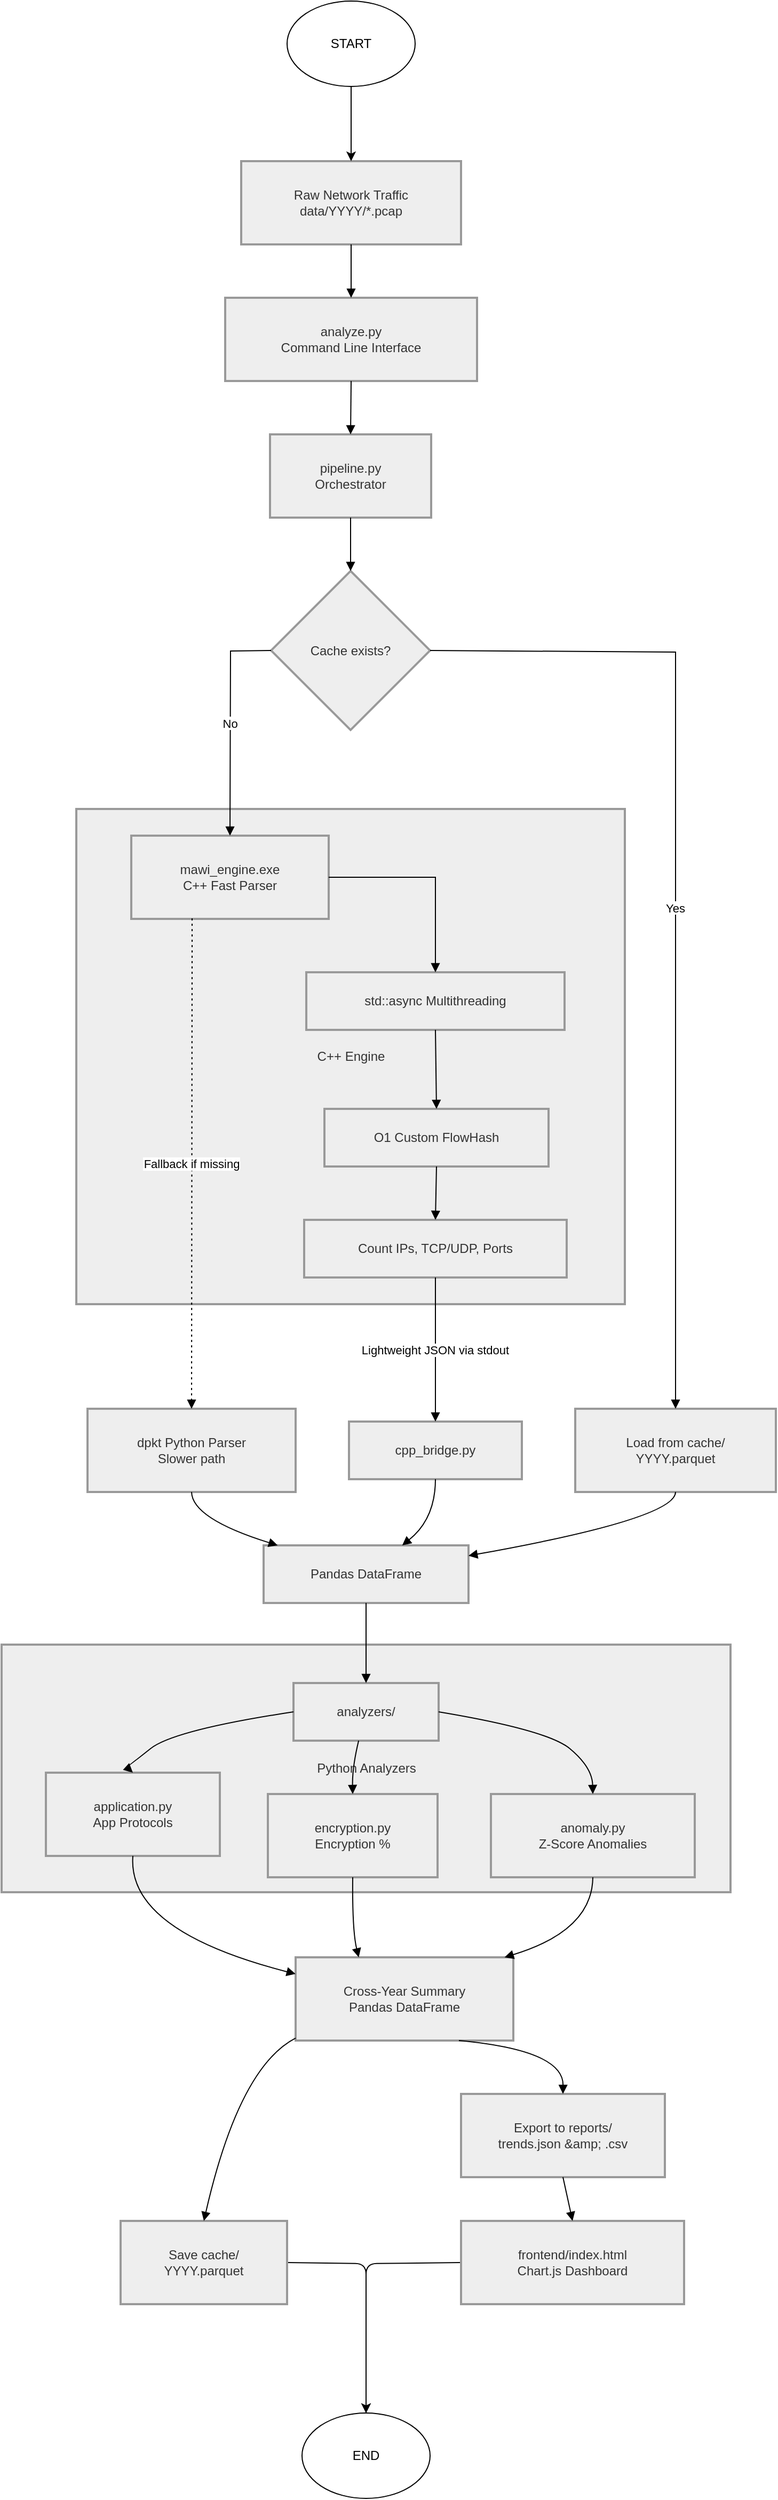
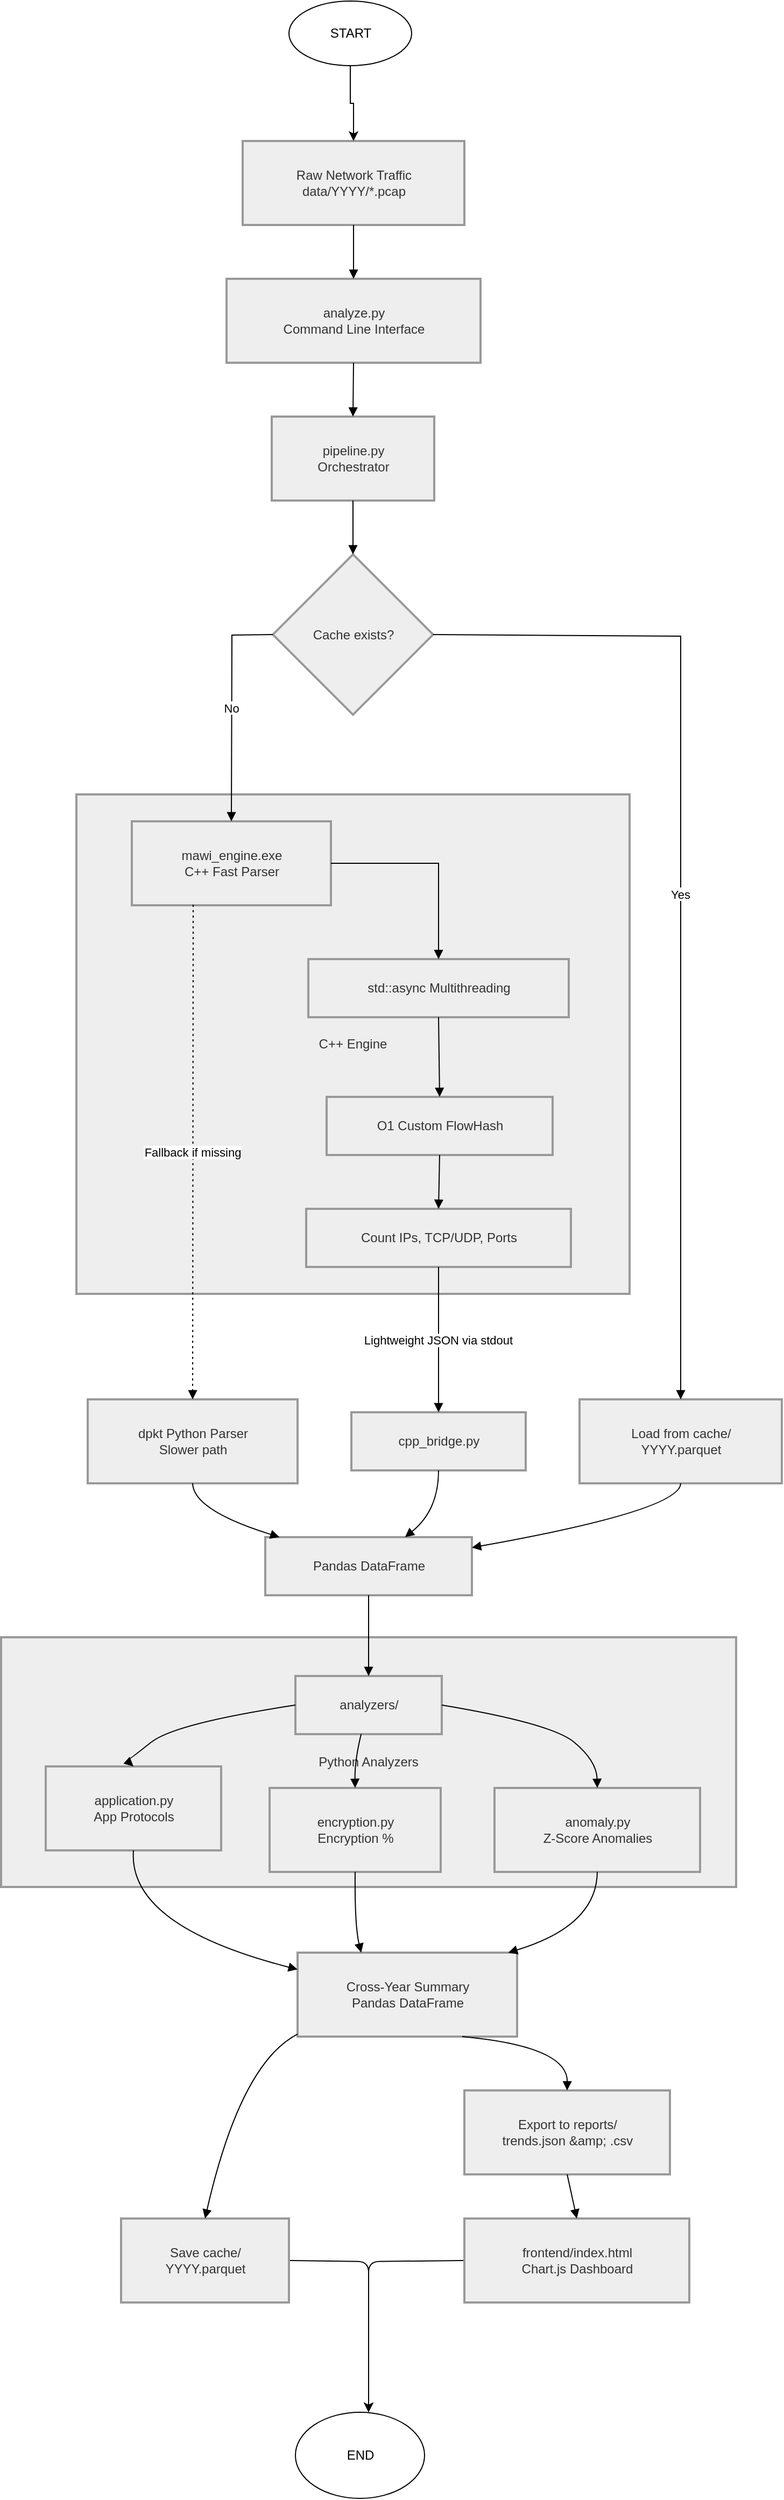
<mxfile host="65bd71144e">
    <diagram name="Page-1" id="Igj1FT2445wXJvi7QFNO">
-         <mxGraphModel dx="1199" dy="1935" grid="1" gridSize="10" guides="1" tooltips="1" connect="1" arrows="1" fold="1" page="1" pageScale="1" pageWidth="827" pageHeight="1169" math="0" shadow="0">
+         <mxGraphModel dx="760" dy="686" grid="1" gridSize="10" guides="1" tooltips="1" connect="1" arrows="1" fold="1" page="1" pageScale="1" pageWidth="827" pageHeight="1169" math="0" shadow="0">
            <root>
                <mxCell id="0"/>
                <mxCell id="1" parent="0"/>
                <mxCell id="ZNabXACmElyeaVa0wuxr-1" value="Python Analyzers" style="whiteSpace=wrap;strokeWidth=2;fillColor=light-dark(#eeeeee,#1f2020);strokeColor=light-dark(#999999,#cccccc);fontColor=light-dark(#333333,#cccccc);" parent="1" vertex="1">
-                     <mxGeometry x="18.5" y="1410" width="683" height="232" as="geometry"/>
+                     <mxGeometry x="51" y="1560" width="683" height="232" as="geometry"/>
                </mxCell>
                <mxCell id="ZNabXACmElyeaVa0wuxr-2" value="C++ Engine" style="whiteSpace=wrap;strokeWidth=2;fillColor=light-dark(#eeeeee,#1f2020);strokeColor=light-dark(#999999,#cccccc);fontColor=light-dark(#333333,#cccccc);" parent="1" vertex="1">
-                     <mxGeometry x="88.5" y="627" width="514" height="464" as="geometry"/>
+                     <mxGeometry x="121" y="777" width="514" height="464" as="geometry"/>
                </mxCell>
                <mxCell id="ZNabXACmElyeaVa0wuxr-3" value="Raw Network Traffic&#xa;data/YYYY/*.pcap" style="whiteSpace=wrap;strokeWidth=2;fillColor=light-dark(#eeeeee,#1f2020);strokeColor=light-dark(#999999,#cccccc);fontColor=light-dark(#333333,#cccccc);" parent="1" vertex="1">
-                     <mxGeometry x="243" y="20" width="206" height="78" as="geometry"/>
+                     <mxGeometry x="275.5" y="170" width="206" height="78" as="geometry"/>
                </mxCell>
                <mxCell id="ZNabXACmElyeaVa0wuxr-4" value="analyze.py&#xa;Command Line Interface" style="whiteSpace=wrap;strokeWidth=2;fillColor=light-dark(#eeeeee,#1f2020);strokeColor=light-dark(#999999,#cccccc);fontColor=light-dark(#333333,#cccccc);" parent="1" vertex="1">
-                     <mxGeometry x="228" y="148" width="236" height="78" as="geometry"/>
+                     <mxGeometry x="260.5" y="298" width="236" height="78" as="geometry"/>
                </mxCell>
                <mxCell id="ZNabXACmElyeaVa0wuxr-5" value="pipeline.py&#xa;Orchestrator" style="whiteSpace=wrap;strokeWidth=2;fillColor=light-dark(#eeeeee,#1f2020);strokeColor=light-dark(#999999,#cccccc);fontColor=light-dark(#333333,#cccccc);" parent="1" vertex="1">
-                     <mxGeometry x="270" y="276" width="151" height="78" as="geometry"/>
+                     <mxGeometry x="302.5" y="426" width="151" height="78" as="geometry"/>
                </mxCell>
                <mxCell id="ZNabXACmElyeaVa0wuxr-6" value="Cache exists?" style="rhombus;strokeWidth=2;whiteSpace=wrap;fillColor=light-dark(#eeeeee,#1f2020);strokeColor=light-dark(#999999,#cccccc);fontColor=light-dark(#333333,#cccccc);" parent="1" vertex="1">
-                     <mxGeometry x="271" y="404" width="149" height="149" as="geometry"/>
+                     <mxGeometry x="303.5" y="554" width="149" height="149" as="geometry"/>
                </mxCell>
                <mxCell id="ZNabXACmElyeaVa0wuxr-7" value="Load from cache/&#xa;YYYY.parquet" style="whiteSpace=wrap;strokeWidth=2;fillColor=light-dark(#eeeeee,#1f2020);strokeColor=light-dark(#999999,#cccccc);fontColor=light-dark(#333333,#cccccc);" parent="1" vertex="1">
-                     <mxGeometry x="556" y="1189" width="188" height="78" as="geometry"/>
+                     <mxGeometry x="588.5" y="1339" width="188" height="78" as="geometry"/>
                </mxCell>
                <mxCell id="ZNabXACmElyeaVa0wuxr-8" value="mawi_engine.exe&#xa;C++ Fast Parser" style="whiteSpace=wrap;strokeWidth=2;fillColor=light-dark(#eeeeee,#1f2020);strokeColor=light-dark(#999999,#cccccc);fontColor=light-dark(#333333,#cccccc);" parent="1" vertex="1">
-                     <mxGeometry x="140" y="652" width="185" height="78" as="geometry"/>
+                     <mxGeometry x="172.5" y="802" width="185" height="78" as="geometry"/>
                </mxCell>
                <mxCell id="ZNabXACmElyeaVa0wuxr-9" value="dpkt Python Parser&#xa;Slower path" style="whiteSpace=wrap;strokeWidth=2;fillColor=light-dark(#eeeeee,#1f2020);strokeColor=light-dark(#999999,#cccccc);fontColor=light-dark(#333333,#cccccc);" parent="1" vertex="1">
-                     <mxGeometry x="99" y="1189" width="195" height="78" as="geometry"/>
+                     <mxGeometry x="131.5" y="1339" width="195" height="78" as="geometry"/>
                </mxCell>
                <mxCell id="ZNabXACmElyeaVa0wuxr-10" value="std::async Multithreading" style="whiteSpace=wrap;strokeWidth=2;fillColor=light-dark(#eeeeee,#1f2020);strokeColor=light-dark(#999999,#cccccc);fontColor=light-dark(#333333,#cccccc);" parent="1" vertex="1">
-                     <mxGeometry x="304" y="780" width="242" height="54" as="geometry"/>
+                     <mxGeometry x="336.5" y="930" width="242" height="54" as="geometry"/>
                </mxCell>
                <mxCell id="ZNabXACmElyeaVa0wuxr-11" value="O1 Custom FlowHash" style="whiteSpace=wrap;strokeWidth=2;fillColor=light-dark(#eeeeee,#1f2020);strokeColor=light-dark(#999999,#cccccc);fontColor=light-dark(#333333,#cccccc);" parent="1" vertex="1">
-                     <mxGeometry x="321" y="908" width="210" height="54" as="geometry"/>
+                     <mxGeometry x="353.5" y="1058" width="210" height="54" as="geometry"/>
                </mxCell>
                <mxCell id="ZNabXACmElyeaVa0wuxr-12" value="Count IPs, TCP/UDP, Ports" style="whiteSpace=wrap;strokeWidth=2;fillColor=light-dark(#eeeeee,#1f2020);strokeColor=light-dark(#999999,#cccccc);fontColor=light-dark(#333333,#cccccc);" parent="1" vertex="1">
-                     <mxGeometry x="302" y="1012" width="246" height="54" as="geometry"/>
+                     <mxGeometry x="334.5" y="1162" width="246" height="54" as="geometry"/>
                </mxCell>
                <mxCell id="ZNabXACmElyeaVa0wuxr-13" value="cpp_bridge.py" style="whiteSpace=wrap;strokeWidth=2;fillColor=light-dark(#eeeeee,#1f2020);strokeColor=light-dark(#999999,#cccccc);fontColor=light-dark(#333333,#cccccc);" parent="1" vertex="1">
-                     <mxGeometry x="344" y="1201" width="162" height="54" as="geometry"/>
+                     <mxGeometry x="376.5" y="1351" width="162" height="54" as="geometry"/>
                </mxCell>
                <mxCell id="ZNabXACmElyeaVa0wuxr-14" value="Pandas DataFrame" style="whiteSpace=wrap;strokeWidth=2;fillColor=light-dark(#eeeeee,#1f2020);strokeColor=light-dark(#999999,#cccccc);fontColor=light-dark(#333333,#cccccc);" parent="1" vertex="1">
-                     <mxGeometry x="264" y="1317" width="192" height="54" as="geometry"/>
+                     <mxGeometry x="296.5" y="1467" width="192" height="54" as="geometry"/>
                </mxCell>
                <mxCell id="ZNabXACmElyeaVa0wuxr-15" value="analyzers/" style="whiteSpace=wrap;strokeWidth=2;fillColor=light-dark(#eeeeee,#1f2020);strokeColor=light-dark(#999999,#cccccc);fontColor=light-dark(#333333,#cccccc);" parent="1" vertex="1">
-                     <mxGeometry x="292" y="1446" width="136" height="54" as="geometry"/>
+                     <mxGeometry x="324.5" y="1596" width="136" height="54" as="geometry"/>
                </mxCell>
                <mxCell id="ZNabXACmElyeaVa0wuxr-16" value="application.py&#xa;App Protocols" style="whiteSpace=wrap;strokeWidth=2;fillColor=light-dark(#eeeeee,#1f2020);strokeColor=light-dark(#999999,#cccccc);fontColor=light-dark(#333333,#cccccc);" parent="1" vertex="1">
-                     <mxGeometry x="60" y="1530" width="163" height="78" as="geometry"/>
+                     <mxGeometry x="92.5" y="1680" width="163" height="78" as="geometry"/>
                </mxCell>
                <mxCell id="ZNabXACmElyeaVa0wuxr-17" value="encryption.py&#xa;Encryption %" style="whiteSpace=wrap;strokeWidth=2;fillColor=light-dark(#eeeeee,#1f2020);strokeColor=light-dark(#999999,#cccccc);fontColor=light-dark(#333333,#cccccc);" parent="1" vertex="1">
-                     <mxGeometry x="268" y="1550" width="159" height="78" as="geometry"/>
+                     <mxGeometry x="300.5" y="1700" width="159" height="78" as="geometry"/>
                </mxCell>
                <mxCell id="ZNabXACmElyeaVa0wuxr-18" value="anomaly.py&#xa;Z-Score Anomalies" style="whiteSpace=wrap;strokeWidth=2;fillColor=light-dark(#eeeeee,#1f2020);strokeColor=light-dark(#999999,#cccccc);fontColor=light-dark(#333333,#cccccc);" parent="1" vertex="1">
-                     <mxGeometry x="477" y="1550" width="191" height="78" as="geometry"/>
+                     <mxGeometry x="509.5" y="1700" width="191" height="78" as="geometry"/>
                </mxCell>
                <mxCell id="ZNabXACmElyeaVa0wuxr-19" value="Cross-Year Summary&#xa;Pandas DataFrame" style="whiteSpace=wrap;strokeWidth=2;fillColor=light-dark(#eeeeee,#1f2020);strokeColor=light-dark(#999999,#cccccc);fontColor=light-dark(#333333,#cccccc);" parent="1" vertex="1">
-                     <mxGeometry x="294" y="1703" width="204" height="78" as="geometry"/>
-                 </mxCell>
-                 <mxCell id="3" style="edgeStyle=none;html=1;exitX=1;exitY=0.5;exitDx=0;exitDy=0;entryX=0.5;entryY=0;entryDx=0;entryDy=0;" edge="1" parent="1" source="ZNabXACmElyeaVa0wuxr-20" target="2">
-                     <mxGeometry relative="1" as="geometry">
-                         <mxPoint x="220" y="2100" as="targetPoint"/>
-                         <Array as="points">
-                             <mxPoint x="360" y="1990"/>
+                     <mxGeometry x="326.5" y="1853" width="204" height="78" as="geometry"/>
+                 </mxCell>
+                 <mxCell id="3" style="edgeStyle=none;html=1;exitX=1;exitY=0.5;exitDx=0;exitDy=0;entryX=0.5;entryY=0;entryDx=0;entryDy=0;" parent="1" source="ZNabXACmElyeaVa0wuxr-20" edge="1">
+                     <mxGeometry relative="1" as="geometry">
+                         <mxPoint x="392.5" y="2280" as="targetPoint"/>
+                         <Array as="points">
+                             <mxPoint x="392.5" y="2140"/>
                        </Array>
                    </mxGeometry>
                </mxCell>
                <mxCell id="ZNabXACmElyeaVa0wuxr-20" value="Save cache/&#xa;YYYY.parquet" style="whiteSpace=wrap;strokeWidth=2;fillColor=light-dark(#eeeeee,#1f2020);strokeColor=light-dark(#999999,#cccccc);fontColor=light-dark(#333333,#cccccc);" parent="1" vertex="1">
-                     <mxGeometry x="130" y="1950" width="156" height="78" as="geometry"/>
+                     <mxGeometry x="162.5" y="2100" width="156" height="78" as="geometry"/>
                </mxCell>
                <mxCell id="ZNabXACmElyeaVa0wuxr-21" value="Export to reports/&#xa;trends.json &amp;amp; .csv" style="whiteSpace=wrap;strokeWidth=2;fillColor=light-dark(#eeeeee,#1f2020);strokeColor=light-dark(#999999,#cccccc);fontColor=light-dark(#333333,#cccccc);" parent="1" vertex="1">
-                     <mxGeometry x="449" y="1831" width="191" height="78" as="geometry"/>
-                 </mxCell>
-                 <mxCell id="4" style="edgeStyle=none;html=1;exitX=0;exitY=0.5;exitDx=0;exitDy=0;entryX=0.5;entryY=0;entryDx=0;entryDy=0;" edge="1" parent="1" source="ZNabXACmElyeaVa0wuxr-22" target="2">
-                     <mxGeometry relative="1" as="geometry">
-                         <mxPoint x="370" y="2130" as="targetPoint"/>
-                         <Array as="points">
-                             <mxPoint x="360" y="1990"/>
+                     <mxGeometry x="481.5" y="1981" width="191" height="78" as="geometry"/>
+                 </mxCell>
+                 <mxCell id="4" style="edgeStyle=none;html=1;exitX=0;exitY=0.5;exitDx=0;exitDy=0;entryX=0.5;entryY=0;entryDx=0;entryDy=0;" parent="1" source="ZNabXACmElyeaVa0wuxr-22" edge="1">
+                     <mxGeometry relative="1" as="geometry">
+                         <mxPoint x="392.5" y="2280" as="targetPoint"/>
+                         <Array as="points">
+                             <mxPoint x="392.5" y="2140"/>
                        </Array>
                    </mxGeometry>
                </mxCell>
                <mxCell id="ZNabXACmElyeaVa0wuxr-22" value="frontend/index.html&#xa;Chart.js Dashboard" style="whiteSpace=wrap;strokeWidth=2;fillColor=light-dark(#eeeeee,#1f2020);strokeColor=light-dark(#999999,#cccccc);fontColor=light-dark(#333333,#cccccc);" parent="1" vertex="1">
-                     <mxGeometry x="449" y="1950" width="209" height="78" as="geometry"/>
+                     <mxGeometry x="481.5" y="2100" width="209" height="78" as="geometry"/>
                </mxCell>
                <mxCell id="ZNabXACmElyeaVa0wuxr-23" value="" style="curved=1;startArrow=none;endArrow=block;exitX=0.5;exitY=1;entryX=0.5;entryY=0;rounded=0;" parent="1" source="ZNabXACmElyeaVa0wuxr-3" target="ZNabXACmElyeaVa0wuxr-4" edge="1">
                    <mxGeometry relative="1" as="geometry">
                        <Array as="points"/>
                    </mxGeometry>
                </mxCell>
                <mxCell id="ZNabXACmElyeaVa0wuxr-24" value="" style="curved=1;startArrow=none;endArrow=block;exitX=0.5;exitY=1;entryX=0.5;entryY=0;rounded=0;" parent="1" source="ZNabXACmElyeaVa0wuxr-4" target="ZNabXACmElyeaVa0wuxr-5" edge="1">
                    <mxGeometry relative="1" as="geometry">
                        <Array as="points"/>
                    </mxGeometry>
                </mxCell>
                <mxCell id="ZNabXACmElyeaVa0wuxr-25" value="" style="curved=1;startArrow=none;endArrow=block;exitX=0.5;exitY=1;entryX=0.5;entryY=0;rounded=0;" parent="1" source="ZNabXACmElyeaVa0wuxr-5" target="ZNabXACmElyeaVa0wuxr-6" edge="1">
                    <mxGeometry relative="1" as="geometry">
                        <Array as="points"/>
                    </mxGeometry>
                </mxCell>
                <mxCell id="ZNabXACmElyeaVa0wuxr-26" value="Yes" style="curved=0;startArrow=none;endArrow=block;exitX=1;exitY=0.5;entryX=0.5;entryY=0;rounded=0;exitDx=0;exitDy=0;" parent="1" source="ZNabXACmElyeaVa0wuxr-6" target="ZNabXACmElyeaVa0wuxr-7" edge="1">
                    <mxGeometry relative="1" as="geometry">
                        <Array as="points">
-                             <mxPoint x="650" y="480"/>
+                             <mxPoint x="682.5" y="630"/>
                        </Array>
                    </mxGeometry>
                </mxCell>
                <mxCell id="ZNabXACmElyeaVa0wuxr-27" value="No" style="curved=0;startArrow=none;endArrow=block;exitX=0;exitY=0.5;entryX=0.5;entryY=0;rounded=0;exitDx=0;exitDy=0;" parent="1" source="ZNabXACmElyeaVa0wuxr-6" target="ZNabXACmElyeaVa0wuxr-8" edge="1">
                    <mxGeometry relative="1" as="geometry">
                        <Array as="points">
-                             <mxPoint x="233" y="479"/>
+                             <mxPoint x="265.5" y="629"/>
                        </Array>
                    </mxGeometry>
                </mxCell>
                <mxCell id="ZNabXACmElyeaVa0wuxr-28" value="Fallback if missing" style="curved=0;dashed=1;dashPattern=2 3;startArrow=none;endArrow=block;exitX=0.308;exitY=0.994;entryX=0.5;entryY=0;rounded=0;exitDx=0;exitDy=0;exitPerimeter=0;" parent="1" source="ZNabXACmElyeaVa0wuxr-8" target="ZNabXACmElyeaVa0wuxr-9" edge="1">
                    <mxGeometry relative="1" as="geometry">
                        <Array as="points">
-                             <mxPoint x="197" y="755"/>
+                             <mxPoint x="229.5" y="905"/>
                        </Array>
                    </mxGeometry>
                </mxCell>
                <mxCell id="ZNabXACmElyeaVa0wuxr-29" value="" style="curved=0;startArrow=none;endArrow=block;exitX=1;exitY=0.5;entryX=0.5;entryY=-0.01;rounded=0;exitDx=0;exitDy=0;" parent="1" source="ZNabXACmElyeaVa0wuxr-8" target="ZNabXACmElyeaVa0wuxr-10" edge="1">
                    <mxGeometry relative="1" as="geometry">
                        <Array as="points">
-                             <mxPoint x="425" y="691"/>
-                             <mxPoint x="425" y="755"/>
+                             <mxPoint x="457.5" y="841"/>
+                             <mxPoint x="457.5" y="905"/>
                        </Array>
                    </mxGeometry>
                </mxCell>
                <mxCell id="ZNabXACmElyeaVa0wuxr-30" value="" style="curved=1;startArrow=none;endArrow=block;exitX=0.5;exitY=0.99;entryX=0.5;entryY=-0.01;rounded=0;" parent="1" source="ZNabXACmElyeaVa0wuxr-10" target="ZNabXACmElyeaVa0wuxr-11" edge="1">
                    <mxGeometry relative="1" as="geometry">
                        <Array as="points"/>
                    </mxGeometry>
                </mxCell>
                <mxCell id="ZNabXACmElyeaVa0wuxr-31" value="" style="curved=1;startArrow=none;endArrow=block;exitX=0.5;exitY=0.99;entryX=0.5;entryY=-0.01;rounded=0;" parent="1" source="ZNabXACmElyeaVa0wuxr-11" target="ZNabXACmElyeaVa0wuxr-12" edge="1">
                    <mxGeometry relative="1" as="geometry">
                        <Array as="points"/>
                    </mxGeometry>
                </mxCell>
                <mxCell id="ZNabXACmElyeaVa0wuxr-32" value="Lightweight JSON via stdout" style="curved=1;startArrow=none;endArrow=block;exitX=0.5;exitY=0.99;entryX=0.5;entryY=-0.01;rounded=0;" parent="1" source="ZNabXACmElyeaVa0wuxr-12" target="ZNabXACmElyeaVa0wuxr-13" edge="1">
                    <mxGeometry relative="1" as="geometry">
                        <Array as="points"/>
                    </mxGeometry>
                </mxCell>
                <mxCell id="ZNabXACmElyeaVa0wuxr-33" value="" style="curved=1;startArrow=none;endArrow=block;exitX=0.5;exitY=1;entryX=0.06;entryY=-0.01;rounded=0;" parent="1" source="ZNabXACmElyeaVa0wuxr-9" target="ZNabXACmElyeaVa0wuxr-14" edge="1">
                    <mxGeometry relative="1" as="geometry">
                        <Array as="points">
-                             <mxPoint x="197" y="1292"/>
+                             <mxPoint x="229.5" y="1442"/>
                        </Array>
                    </mxGeometry>
                </mxCell>
                <mxCell id="ZNabXACmElyeaVa0wuxr-34" value="" style="curved=1;startArrow=none;endArrow=block;exitX=0.5;exitY=0.99;entryX=0.68;entryY=-0.01;rounded=0;" parent="1" source="ZNabXACmElyeaVa0wuxr-13" target="ZNabXACmElyeaVa0wuxr-14" edge="1">
                    <mxGeometry relative="1" as="geometry">
                        <Array as="points">
-                             <mxPoint x="425" y="1292"/>
+                             <mxPoint x="457.5" y="1442"/>
                        </Array>
                    </mxGeometry>
                </mxCell>
                <mxCell id="ZNabXACmElyeaVa0wuxr-35" value="" style="curved=1;startArrow=none;endArrow=block;exitX=0.5;exitY=1;entryX=1;entryY=0.18;rounded=0;" parent="1" source="ZNabXACmElyeaVa0wuxr-7" target="ZNabXACmElyeaVa0wuxr-14" edge="1">
                    <mxGeometry relative="1" as="geometry">
                        <Array as="points">
-                             <mxPoint x="650" y="1292"/>
+                             <mxPoint x="682.5" y="1442"/>
                        </Array>
                    </mxGeometry>
                </mxCell>
                <mxCell id="ZNabXACmElyeaVa0wuxr-36" value="" style="curved=1;startArrow=none;endArrow=block;exitX=0.5;exitY=0.99;entryX=0.5;entryY=-0.01;rounded=0;" parent="1" source="ZNabXACmElyeaVa0wuxr-14" target="ZNabXACmElyeaVa0wuxr-15" edge="1">
                    <mxGeometry relative="1" as="geometry">
                        <Array as="points"/>
                    </mxGeometry>
                </mxCell>
                <mxCell id="ZNabXACmElyeaVa0wuxr-37" value="" style="curved=1;startArrow=none;endArrow=block;exitX=0;exitY=0.5;entryX=0.5;entryY=0;rounded=0;exitDx=0;exitDy=0;" parent="1" source="ZNabXACmElyeaVa0wuxr-15" target="ZNabXACmElyeaVa0wuxr-16" edge="1">
                    <mxGeometry relative="1" as="geometry">
                        <Array as="points">
-                             <mxPoint x="180" y="1490"/>
-                             <mxPoint x="136" y="1525"/>
+                             <mxPoint x="212.5" y="1640"/>
+                             <mxPoint x="168.5" y="1675"/>
                        </Array>
                    </mxGeometry>
                </mxCell>
                <mxCell id="ZNabXACmElyeaVa0wuxr-38" value="" style="curved=1;startArrow=none;endArrow=block;exitX=0.45;exitY=0.99;entryX=0.5;entryY=0;rounded=0;" parent="1" source="ZNabXACmElyeaVa0wuxr-15" target="ZNabXACmElyeaVa0wuxr-17" edge="1">
                    <mxGeometry relative="1" as="geometry">
                        <Array as="points">
-                             <mxPoint x="347" y="1525"/>
+                             <mxPoint x="379.5" y="1675"/>
                        </Array>
                    </mxGeometry>
                </mxCell>
                <mxCell id="ZNabXACmElyeaVa0wuxr-39" value="" style="curved=1;startArrow=none;endArrow=block;exitX=1;exitY=0.5;entryX=0.5;entryY=0;rounded=0;exitDx=0;exitDy=0;" parent="1" source="ZNabXACmElyeaVa0wuxr-15" target="ZNabXACmElyeaVa0wuxr-18" edge="1">
                    <mxGeometry relative="1" as="geometry">
                        <Array as="points">
-                             <mxPoint x="530" y="1490"/>
-                             <mxPoint x="572" y="1525"/>
+                             <mxPoint x="562.5" y="1640"/>
+                             <mxPoint x="604.5" y="1675"/>
                        </Array>
                    </mxGeometry>
                </mxCell>
                <mxCell id="ZNabXACmElyeaVa0wuxr-40" value="" style="curved=1;startArrow=none;endArrow=block;exitX=0.5;exitY=1;entryX=0;entryY=0.2;rounded=0;" parent="1" source="ZNabXACmElyeaVa0wuxr-16" target="ZNabXACmElyeaVa0wuxr-19" edge="1">
                    <mxGeometry relative="1" as="geometry">
                        <Array as="points">
-                             <mxPoint x="136" y="1678"/>
+                             <mxPoint x="168.5" y="1828"/>
                        </Array>
                    </mxGeometry>
                </mxCell>
                <mxCell id="ZNabXACmElyeaVa0wuxr-41" value="" style="curved=1;startArrow=none;endArrow=block;exitX=0.5;exitY=1;entryX=0.29;entryY=0;rounded=0;" parent="1" source="ZNabXACmElyeaVa0wuxr-17" target="ZNabXACmElyeaVa0wuxr-19" edge="1">
                    <mxGeometry relative="1" as="geometry">
                        <Array as="points">
-                             <mxPoint x="347" y="1678"/>
+                             <mxPoint x="379.5" y="1828"/>
                        </Array>
                    </mxGeometry>
                </mxCell>
                <mxCell id="ZNabXACmElyeaVa0wuxr-42" value="" style="curved=1;startArrow=none;endArrow=block;exitX=0.5;exitY=1;entryX=0.96;entryY=0;rounded=0;" parent="1" source="ZNabXACmElyeaVa0wuxr-18" target="ZNabXACmElyeaVa0wuxr-19" edge="1">
                    <mxGeometry relative="1" as="geometry">
                        <Array as="points">
-                             <mxPoint x="572" y="1678"/>
+                             <mxPoint x="604.5" y="1828"/>
                        </Array>
                    </mxGeometry>
                </mxCell>
                <mxCell id="ZNabXACmElyeaVa0wuxr-43" value="" style="curved=1;startArrow=none;endArrow=block;exitX=0;exitY=0.97;entryX=0.5;entryY=0;rounded=0;" parent="1" source="ZNabXACmElyeaVa0wuxr-19" target="ZNabXACmElyeaVa0wuxr-20" edge="1">
                    <mxGeometry relative="1" as="geometry">
                        <Array as="points">
-                             <mxPoint x="241" y="1806"/>
+                             <mxPoint x="273.5" y="1956"/>
                        </Array>
                    </mxGeometry>
                </mxCell>
                <mxCell id="ZNabXACmElyeaVa0wuxr-44" value="" style="curved=1;startArrow=none;endArrow=block;exitX=0.75;exitY=1;entryX=0.5;entryY=0;rounded=0;exitDx=0;exitDy=0;" parent="1" source="ZNabXACmElyeaVa0wuxr-19" target="ZNabXACmElyeaVa0wuxr-21" edge="1">
                    <mxGeometry relative="1" as="geometry">
                        <Array as="points">
-                             <mxPoint x="545" y="1790"/>
+                             <mxPoint x="577.5" y="1940"/>
                        </Array>
                    </mxGeometry>
                </mxCell>
                <mxCell id="ZNabXACmElyeaVa0wuxr-45" value="" style="curved=1;startArrow=none;endArrow=block;exitX=0.5;exitY=1;entryX=0.5;entryY=0;rounded=0;" parent="1" source="ZNabXACmElyeaVa0wuxr-21" target="ZNabXACmElyeaVa0wuxr-22" edge="1">
                    <mxGeometry relative="1" as="geometry">
                        <Array as="points"/>
                    </mxGeometry>
                </mxCell>
                <mxCell id="ZNabXACmElyeaVa0wuxr-47" style="edgeStyle=orthogonalEdgeStyle;rounded=0;orthogonalLoop=1;jettySize=auto;html=1;" parent="1" source="ZNabXACmElyeaVa0wuxr-46" target="ZNabXACmElyeaVa0wuxr-3" edge="1">
                    <mxGeometry relative="1" as="geometry"/>
                </mxCell>
                <mxCell id="ZNabXACmElyeaVa0wuxr-46" value="START" style="ellipse;whiteSpace=wrap;html=1;" parent="1" vertex="1">
-                     <mxGeometry x="286" y="-130" width="120" height="80" as="geometry"/>
-                 </mxCell>
-                 <mxCell id="2" value="END" style="ellipse;whiteSpace=wrap;html=1;" vertex="1" parent="1">
-                     <mxGeometry x="300" y="2130" width="120" height="80" as="geometry"/>
+                     <mxGeometry x="318.5" y="40" width="114" height="60" as="geometry"/>
+                 </mxCell>
+                 <mxCell id="2" value="END" style="ellipse;whiteSpace=wrap;html=1;" parent="1" vertex="1">
+                     <mxGeometry x="324.5" y="2280" width="120" height="80" as="geometry"/>
                </mxCell>
            </root>
        </mxGraphModel>
    </diagram>
</mxfile>